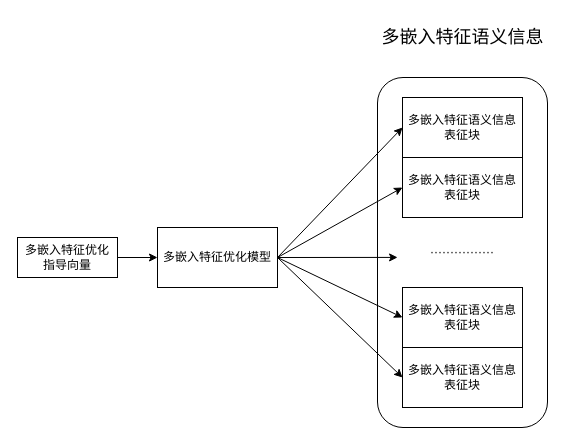
The draw.io diagram 多嵌入特征优化模块_视频.drawio in hrf666666/FlowCharts, before the edit. Source tidied: cells renumbered, new cells numbered last; positions are measured from the earlier drawing's top-left corner, leaving out a move shared by most shapes. Both pictures are drawn from the tidied source at 100%, with x=0, y=0 at pixel (17, 17).
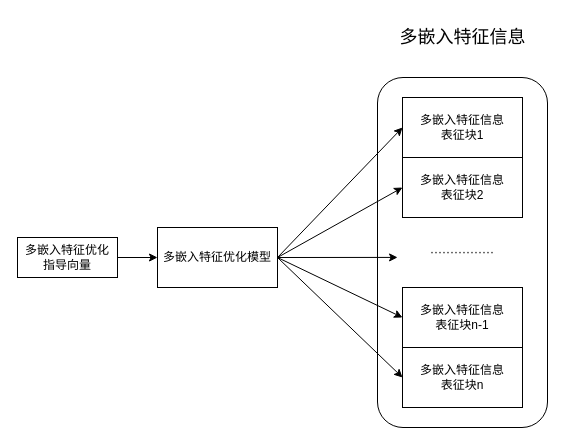
After the change.

Commit message:
更新多嵌入特征优化模块_视频.drawio

What changed in the source:
```diff
@@
 <mxGraphModel>
   <root>
     <mxCell id="0" />
     <mxCell id="1" parent="0" />
     <mxCell id="2" style="edgeStyle=orthogonalEdgeStyle;rounded=0;jettySize=auto;html=1;entryX=0;entryY=0.5;entryDx=0;entryDy=0;" parent="1" edge="1" source="3" target="4">
       <mxGeometry relative="1" as="geometry" />
     </mxCell>
     <mxCell id="3" value="多嵌入特征优化&lt;div&gt;指导向量&lt;/div&gt;" style="rounded=0;whiteSpace=wrap;html=1;" parent="1" vertex="1">
       <mxGeometry y="220" width="100" height="40" as="geometry" />
     </mxCell>
     <mxCell id="4" value="多嵌入特征优化模型" style="rounded=0;whiteSpace=wrap;html=1;" parent="1" vertex="1">
       <mxGeometry x="140" y="210" width="120" height="60" as="geometry" />
     </mxCell>
-    <mxCell id="5" value="&lt;font style=&quot;font-size: 18px;&quot;&gt;多嵌入特征语义信息&lt;/font&gt;" style="text;html=1;align=center;verticalAlign=middle;strokeColor=none;fillColor=none;" parent="1" vertex="1">
-      <mxGeometry x="350" width="190" height="40" as="geometry" />
+    <mxCell id="5" value="&lt;font style=&quot;font-size: 18px;&quot;&gt;多嵌入特征&lt;/font&gt;&lt;span style=&quot;font-size: 18px; background-color: initial;&quot;&gt;信息&lt;/span&gt;" style="text;html=1;align=center;verticalAlign=middle;strokeColor=none;fillColor=none;" parent="1" vertex="1">
+      <mxGeometry x="370" width="150" height="40" as="geometry" />
     </mxCell>
     <mxCell id="6" value="················" style="rounded=1;whiteSpace=wrap;html=1;" parent="1" vertex="1">
       <mxGeometry x="360" y="60" width="170" height="350" as="geometry" />
     </mxCell>
-    <mxCell id="7" value="多嵌入特征语义信息表征块" style="rounded=0;whiteSpace=wrap;html=1;" parent="1" vertex="1">
+    <mxCell id="7" value="多嵌入特征信息&lt;div&gt;表征块1&lt;/div&gt;" style="rounded=0;whiteSpace=wrap;html=1;" parent="1" vertex="1">
       <mxGeometry x="385" y="80" width="120" height="60" as="geometry" />
     </mxCell>
-    <mxCell id="8" value="多嵌入特征语义信息表征块" style="rounded=0;whiteSpace=wrap;html=1;" parent="1" vertex="1">
+    <mxCell id="8" value="多嵌入特征信息&lt;div&gt;表征块2&lt;/div&gt;" style="rounded=0;whiteSpace=wrap;html=1;" parent="1" vertex="1">
       <mxGeometry x="385" y="140" width="120" height="60" as="geometry" />
     </mxCell>
-    <mxCell id="9" value="多嵌入特征语义信息表征块" style="rounded=0;whiteSpace=wrap;html=1;" parent="1" vertex="1">
+    <mxCell id="9" value="多嵌入特征信息&lt;div&gt;表征块n&lt;/div&gt;" style="rounded=0;whiteSpace=wrap;html=1;" parent="1" vertex="1">
       <mxGeometry x="385" y="330" width="120" height="60" as="geometry" />
     </mxCell>
-    <mxCell id="10" value="多嵌入特征语义信息表征块" style="rounded=0;whiteSpace=wrap;html=1;" parent="1" vertex="1">
+    <mxCell id="10" value="多嵌入特征信息&lt;div&gt;表征块n-1&lt;/div&gt;" style="rounded=0;whiteSpace=wrap;html=1;" parent="1" vertex="1">
       <mxGeometry x="385" y="270" width="120" height="60" as="geometry" />
     </mxCell>
     <mxCell id="11" style="endArrow=classic;html=1;rounded=0;exitX=1;exitY=0.5;exitDx=0;exitDy=0;entryX=0;entryY=0.5;entryDx=0;entryDy=0;" parent="1" edge="1" source="4" target="7">
       <mxGeometry relative="1" as="geometry" />
     </mxCell>
     <mxCell id="12" style="endArrow=classic;html=1;rounded=0;exitX=1;exitY=0.5;exitDx=0;exitDy=0;entryX=0;entryY=0.5;entryDx=0;entryDy=0;" parent="1" edge="1" source="4" target="8">
       <mxGeometry relative="1" as="geometry" />
     </mxCell>
     <mxCell id="13" style="endArrow=classic;html=1;rounded=0;entryX=0.118;entryY=0.514;entryDx=0;entryDy=0;entryPerimeter=0;" parent="1" edge="1" target="6">
       <mxGeometry relative="1" as="geometry">
         <mxPoint x="260" y="240" as="sourcePoint" />
       </mxGeometry>
     </mxCell>
     <mxCell id="14" style="endArrow=classic;html=1;rounded=0;exitX=1;exitY=0.5;exitDx=0;exitDy=0;entryX=0;entryY=0.5;entryDx=0;entryDy=0;" parent="1" edge="1" source="4" target="10">
       <mxGeometry relative="1" as="geometry" />
     </mxCell>
     <mxCell id="15" style="endArrow=classic;html=1;rounded=0;exitX=1;exitY=0.5;exitDx=0;exitDy=0;entryX=0;entryY=0.5;entryDx=0;entryDy=0;" parent="1" edge="1" source="4" target="9">
       <mxGeometry relative="1" as="geometry" />
     </mxCell>
   </root>
 </mxGraphModel>
```
